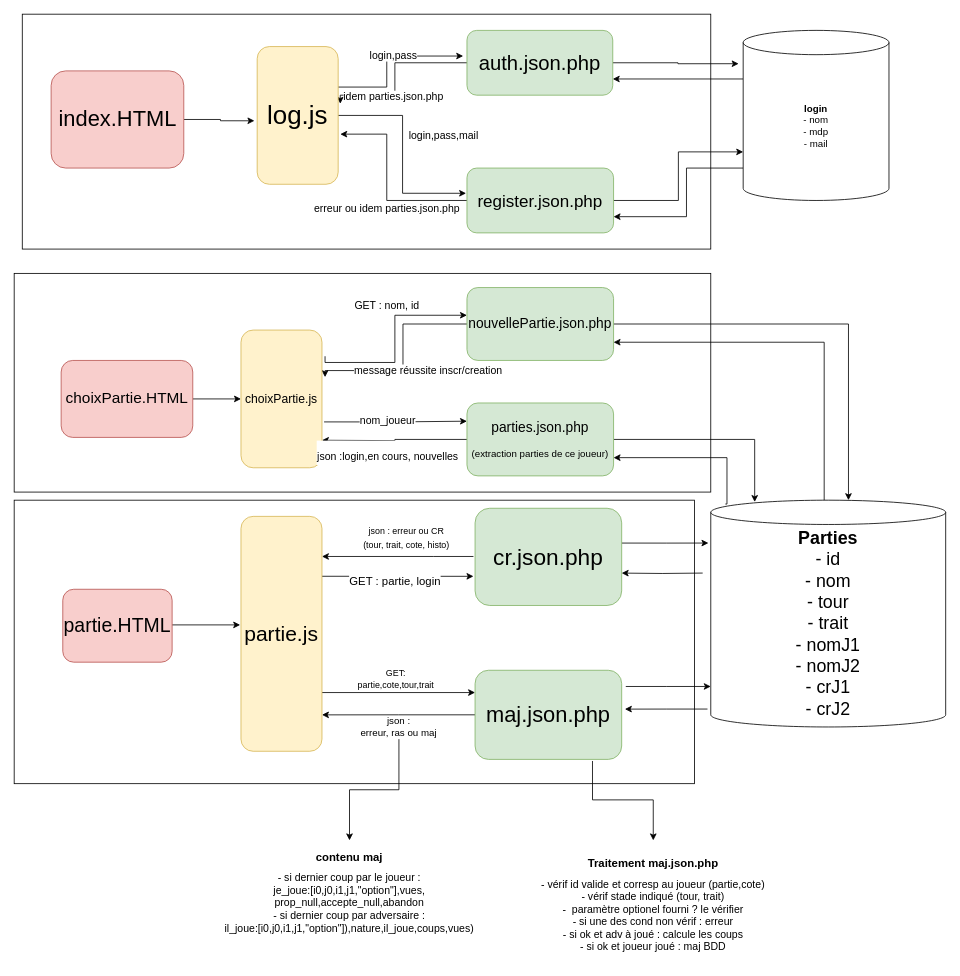
This is Untitled Diagram.drawio from Maximory77/projet-web-mapping-echecs, a draw.io file, before an edit. Source tidied: cells renumbered, new cells numbered last; positions are measured from the earlier drawing's top-left corner, leaving out a move shared by most shapes. Both pictures are drawn from the tidied source at 81%, with x=0, y=0 at pixel (14, 14).
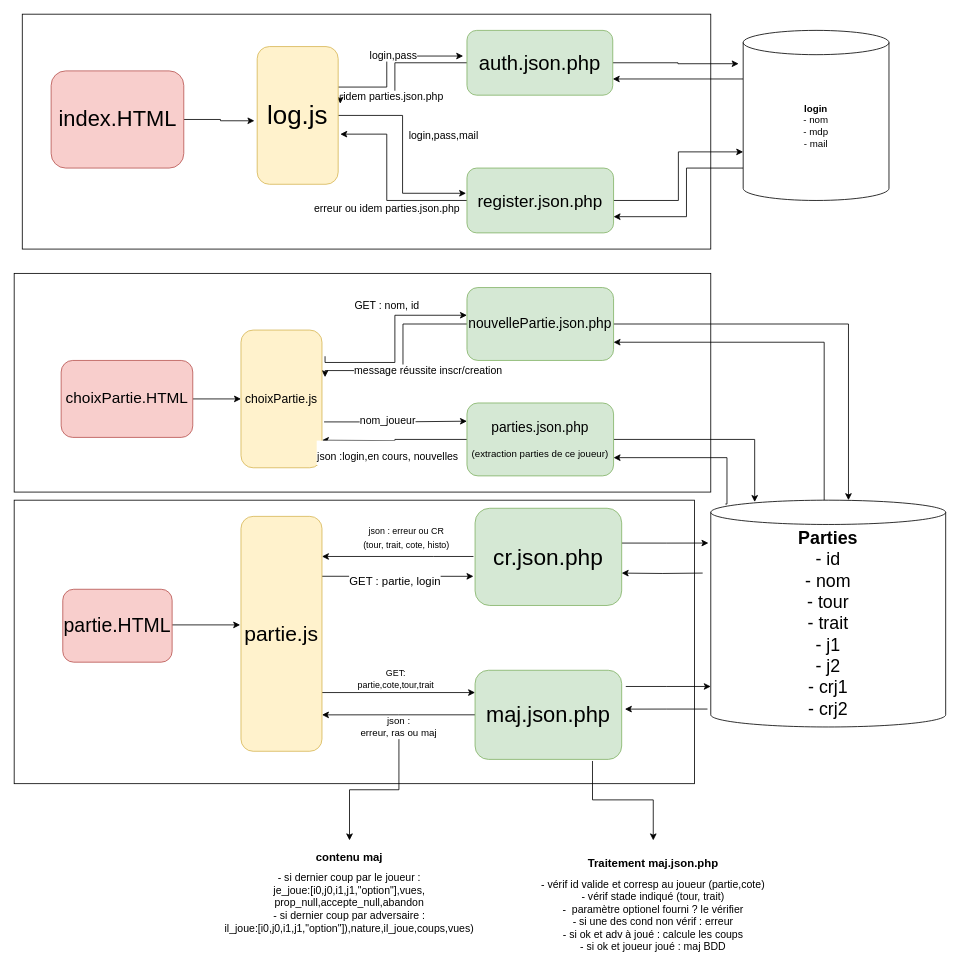
After the change.

What changed in the source:
```diff
@@
-    <mxCell id="18" value="&lt;div style=&quot;font-size: 22px&quot;&gt;&lt;font style=&quot;font-size: 22px&quot;&gt;&lt;b&gt;Parties&lt;/b&gt;&lt;/font&gt;&lt;/div&gt;&lt;div style=&quot;font-size: 22px&quot;&gt;&lt;font style=&quot;font-size: 22px&quot;&gt;- id&lt;/font&gt;&lt;/div&gt;&lt;div style=&quot;font-size: 22px&quot;&gt;&lt;font style=&quot;font-size: 22px&quot;&gt;- nom&lt;/font&gt;&lt;/div&gt;&lt;div style=&quot;font-size: 22px&quot;&gt;&lt;font style=&quot;font-size: 22px&quot;&gt;- tour&lt;/font&gt;&lt;/div&gt;&lt;div style=&quot;font-size: 22px&quot;&gt;&lt;font style=&quot;font-size: 22px&quot;&gt;- trait&lt;/font&gt;&lt;/div&gt;&lt;div style=&quot;font-size: 22px&quot;&gt;&lt;font style=&quot;font-size: 22px&quot;&gt;- nomJ1&lt;br&gt;&lt;/font&gt;&lt;/div&gt;&lt;div style=&quot;font-size: 22px&quot;&gt;&lt;font style=&quot;font-size: 22px&quot;&gt;- nomJ2&lt;/font&gt;&lt;/div&gt;&lt;div style=&quot;font-size: 22px&quot;&gt;&lt;font style=&quot;font-size: 22px&quot;&gt;- crJ1&lt;/font&gt;&lt;/div&gt;&lt;div style=&quot;font-size: 22px&quot;&gt;&lt;font style=&quot;font-size: 22px&quot;&gt;- crJ2&lt;br&gt;&lt;/font&gt;&lt;/div&gt;" style="shape=cylinder3;whiteSpace=wrap;html=1;boundedLbl=1;backgroundOutline=1;size=15;" parent="1" vertex="1">
+    <mxCell id="18" value="&lt;div style=&quot;font-size: 22px&quot;&gt;&lt;font style=&quot;font-size: 22px&quot;&gt;&lt;b&gt;Parties&lt;/b&gt;&lt;/font&gt;&lt;/div&gt;&lt;div style=&quot;font-size: 22px&quot;&gt;&lt;font style=&quot;font-size: 22px&quot;&gt;- id&lt;/font&gt;&lt;/div&gt;&lt;div style=&quot;font-size: 22px&quot;&gt;&lt;font style=&quot;font-size: 22px&quot;&gt;- nom&lt;/font&gt;&lt;/div&gt;&lt;div style=&quot;font-size: 22px&quot;&gt;&lt;font style=&quot;font-size: 22px&quot;&gt;- tour&lt;/font&gt;&lt;/div&gt;&lt;div style=&quot;font-size: 22px&quot;&gt;&lt;font style=&quot;font-size: 22px&quot;&gt;- trait&lt;/font&gt;&lt;/div&gt;&lt;div style=&quot;font-size: 22px&quot;&gt;&lt;font style=&quot;font-size: 22px&quot;&gt;- j1&lt;br&gt;&lt;/font&gt;&lt;/div&gt;&lt;div style=&quot;font-size: 22px&quot;&gt;&lt;font style=&quot;font-size: 22px&quot;&gt;- j2&lt;br&gt;&lt;/font&gt;&lt;/div&gt;&lt;div style=&quot;font-size: 22px&quot;&gt;&lt;font style=&quot;font-size: 22px&quot;&gt;- crj1&lt;/font&gt;&lt;/div&gt;&lt;div style=&quot;font-size: 22px&quot;&gt;&lt;font style=&quot;font-size: 22px&quot;&gt;- crj2&lt;br&gt;&lt;/font&gt;&lt;/div&gt;" style="shape=cylinder3;whiteSpace=wrap;html=1;boundedLbl=1;backgroundOutline=1;size=15;" parent="1" vertex="1">
       <mxGeometry x="860" y="600" width="290" height="280" as="geometry" />
     </mxCell>
```
